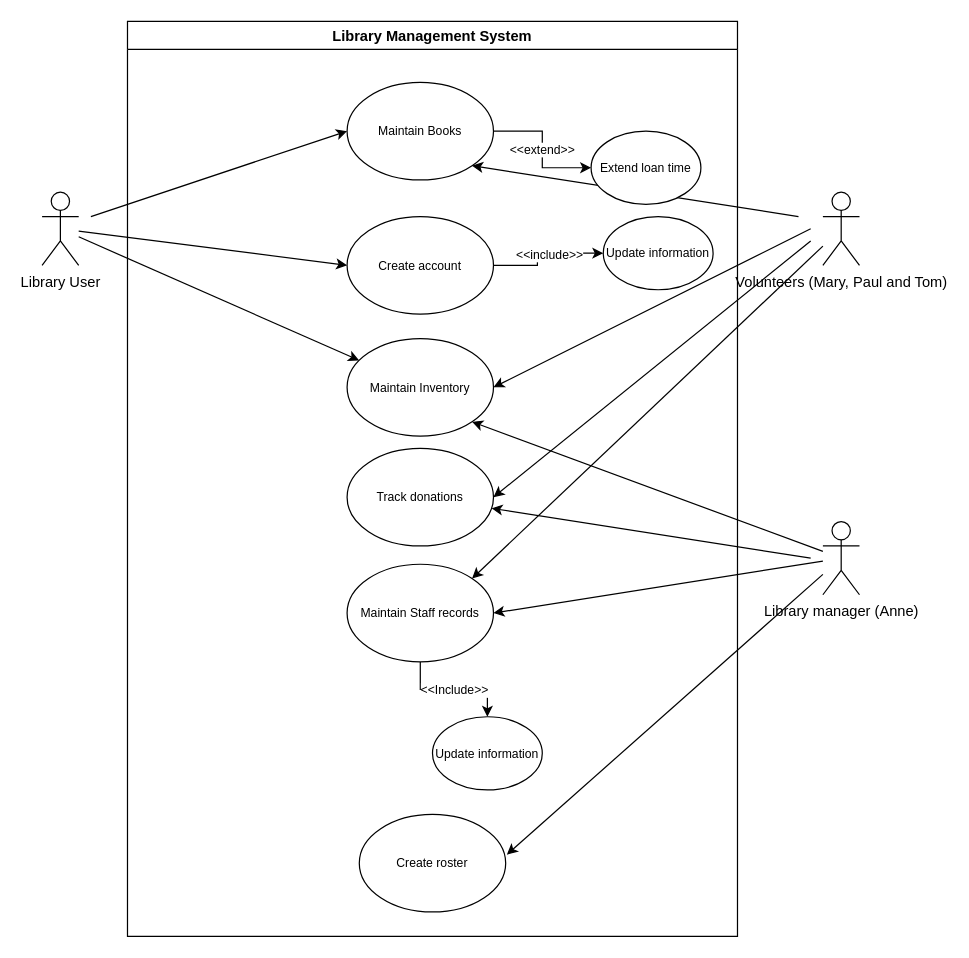
Before: Untitled Diagram.drawio in OEvans994/OERepo, a draw.io diagram. Source tidied: cells renumbered, new cells numbered last; positions are measured from the earlier drawing's top-left corner, leaving out a move shared by most shapes. Both pictures are drawn from the tidied source at 122%, with x=0, y=0 at pixel (41, 21).
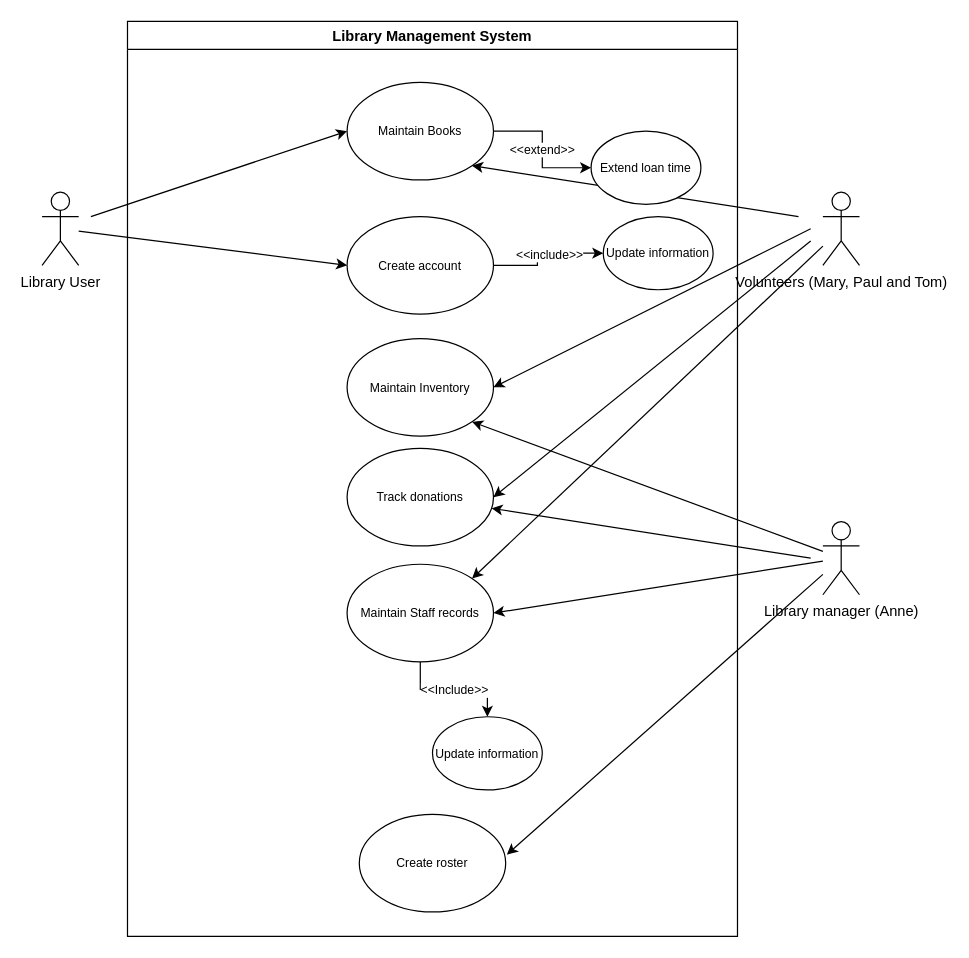
After the change.

Unchanged cells that the change refers to:
```xml
<mxCell id="5" value="Maintain Inventory" style="ellipse;whiteSpace=wrap;html=1;fontSize=10;" parent="2" vertex="1">
  <mxGeometry x="180" y="260" width="120" height="80" as="geometry" />
</mxCell>
<mxCell id="16" value="Library User" style="shape=umlActor;verticalLabelPosition=bottom;verticalAlign=top;html=1;outlineConnect=0;" parent="1" vertex="1">
  <mxGeometry y="140" width="30" height="60" as="geometry" />
</mxCell>
```

Change to the diagram source:
```diff
@@
-    <mxCell id="21" style="endArrow=classic;html=1;rounded=0;" parent="1" edge="1" source="16" target="5">
-      <mxGeometry relative="1" as="geometry" />
-    </mxCell>
```
